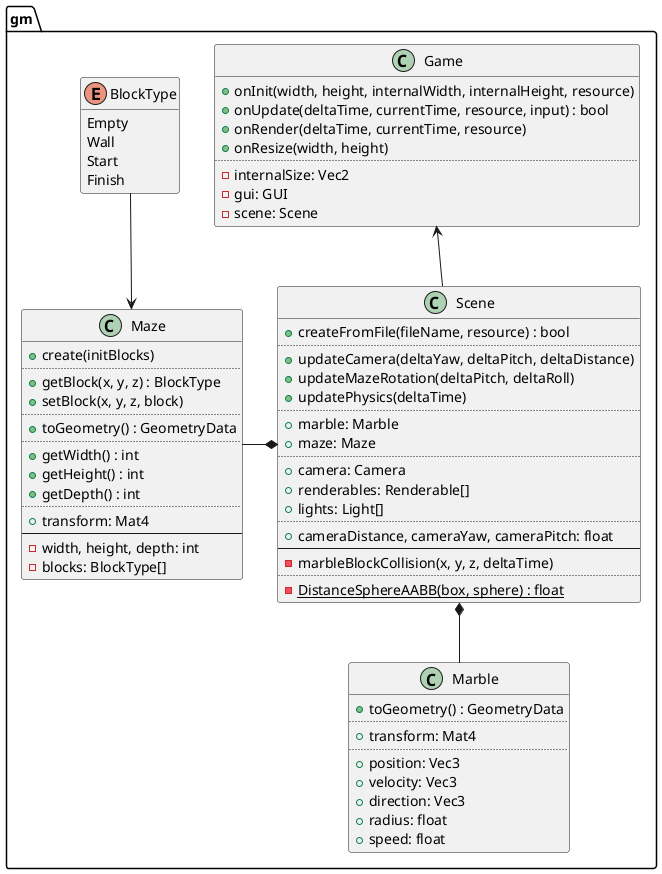
Before: design/gm.png, a diagram exported from PlantUML (ba6er/marblemaze). Source of this version:
```plantuml
@startuml
set separator ::

class gm::Game {
	+onInit(width, height, internalWidth, internalHeight, resource)
	+onUpdate(deltaTime, currentTime, resource, input) : bool
	+onRender(deltaTime, currentTime, resource)
	+onResize(width, height)
	..
	-internalSize: Vec2
	-gui: GUI
	-scene: Scene
}

class gm::Scene {
	+createFromFile(fileName, resource) : bool
	..
	+updateCamera(deltaYaw, deltaPitch, deltaDistance)
	+updateMazeRotation(deltaPitch, deltaRoll)
	+updatePhysics(deltaTime)
	..
	+marble: Marble
	+maze: Maze
	..
	+camera: Camera
	+renderables: Renderable[]
	+lights: Light[]
	..
	+cameraDistance, cameraYaw, cameraPitch: float
	--
	-marbleBlockCollision(x, y, z, deltaTime)
	..
	{static} -DistanceSphereAABB(box, sphere) : float
}

enum gm::BlockType {
	Empty
	Wall
	Start
	Finish
}
hide BlockType methods

class gm::Maze {
	+create(initBlocks)
	..
	+getBlock(x, y, z) : BlockType
	+setBlock(x, y, z, block)
	..
	+toGeometry() : GeometryData
	..
	+getWidth() : int
	+getHeight() : int
	+getDepth() : int
	..
	+transform: Mat4
	--
	-width, height, depth: int
	-blocks: BlockType[]
}

class gm::Marble {
	+toGeometry() : GeometryData
	..
	+transform: Mat4
	..
	+position: Vec3
	+velocity: Vec3
	+direction: Vec3
	+radius: float
	+speed: float
}

Maze <-up- BlockType

Scene *-left- Maze
Scene *-down- Marble

Game <-- Scene

@enduml
```
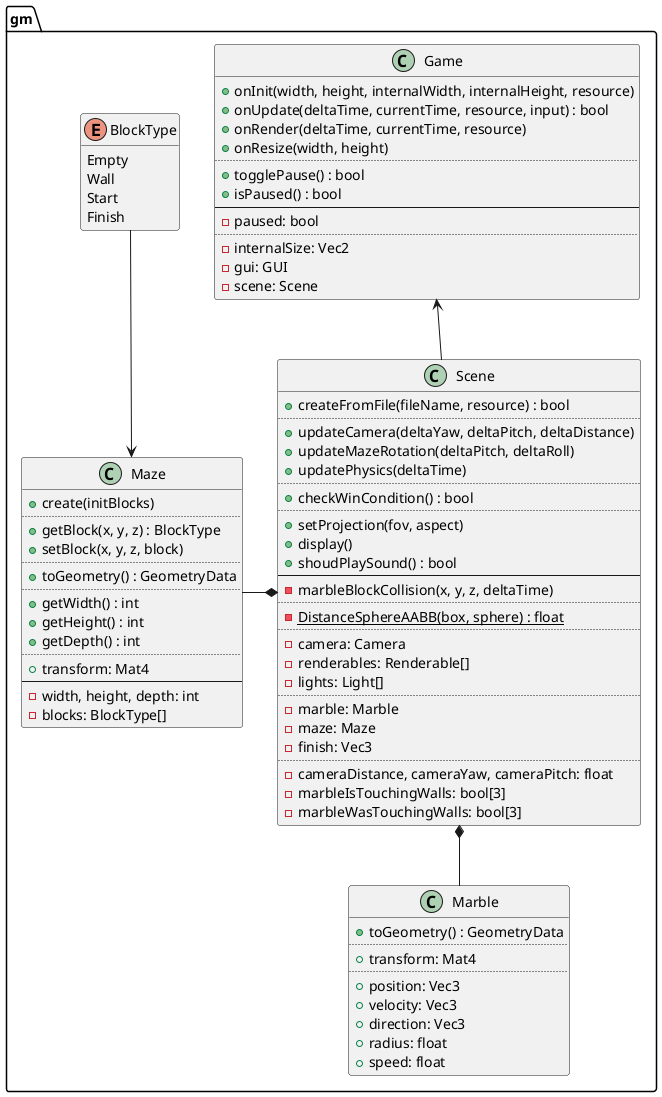
Later version of the same file.

Commit message:
Moved scene rendering to Scene::display, added win condition checking

What changed in the source:
```diff
@@ -6,6 +6,11 @@
 	+onUpdate(deltaTime, currentTime, resource, input) : bool
 	+onRender(deltaTime, currentTime, resource)
 	+onResize(width, height)
+	..
+	+togglePause() : bool
+	+isPaused() : bool
+	--
+	-paused: bool
 	..
 	-internalSize: Vec2
 	-gui: GUI
@@ -19,18 +24,27 @@
 	+updateMazeRotation(deltaPitch, deltaRoll)
 	+updatePhysics(deltaTime)
 	..
-	+marble: Marble
-	+maze: Maze
+	+checkWinCondition() : bool
 	..
-	+camera: Camera
-	+renderables: Renderable[]
-	+lights: Light[]
-	..
-	+cameraDistance, cameraYaw, cameraPitch: float
+	+setProjection(fov, aspect)
+	+display()
+	+shoudPlaySound() : bool
 	--
 	-marbleBlockCollision(x, y, z, deltaTime)
 	..
 	{static} -DistanceSphereAABB(box, sphere) : float
+	..
+	-camera: Camera
+	-renderables: Renderable[]
+	-lights: Light[]
+	..
+	-marble: Marble
+	-maze: Maze
+	-finish: Vec3
+	..
+	-cameraDistance, cameraYaw, cameraPitch: float
+	-marbleIsTouchingWalls: bool[3]
+	-marbleWasTouchingWalls: bool[3]
 }
 
 enum gm::BlockType {
```
